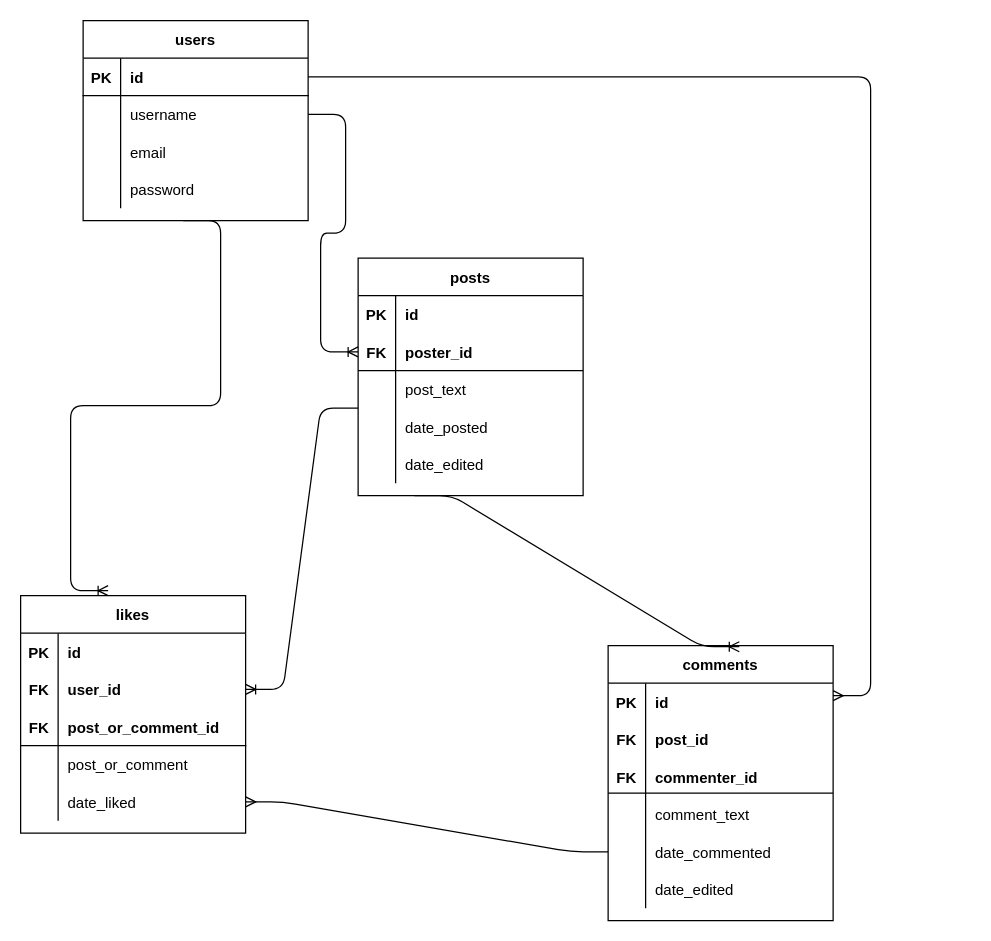
This is DB Create Script and ERD/Social Media App ERD.drawio from jamesaiello42/Promineo-Back-End-Bootcamp-Group-Project, a draw.io file, before an edit. Source tidied: cells renumbered, new cells numbered last; positions are measured from the earlier drawing's top-left corner, leaving out a move shared by most shapes. Both pictures are drawn from the tidied source at 125%, with x=0, y=0 at pixel (20, 20).
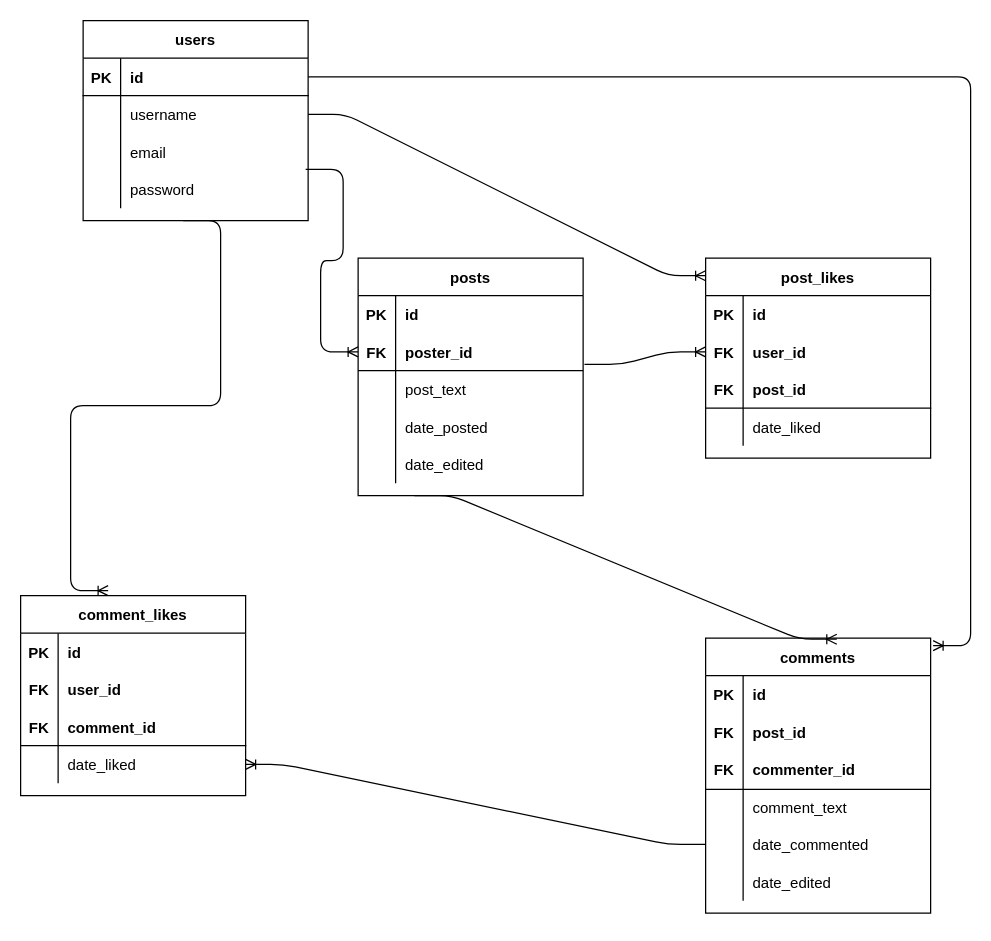
After the change.

Commit message (it also covers changes not shown here):
ERD and script needed updates to break likes table up. Completed Comments Dao and its menu options.

Unchanged cells that the change refers to:
```xml
<mxCell id="3" style="shape=partialRectangle;fillColor=none;top=0;left=0;bottom=1;right=0;points=[[0,0.5],[1,0.5]];portConstraint=eastwest;" parent="2" vertex="1">
  <mxGeometry y="30" width="180" height="30" as="geometry" />
</mxCell>
<mxCell id="6" style="shape=partialRectangle;fillColor=none;top=0;left=0;bottom=0;right=0;points=[[0,0.5],[1,0.5]];portConstraint=eastwest;" parent="2" vertex="1">
  <mxGeometry y="60" width="180" height="30" as="geometry" />
</mxCell>
<mxCell id="9" style="shape=partialRectangle;fillColor=none;top=0;left=0;bottom=0;right=0;points=[[0,0.5],[1,0.5]];portConstraint=eastwest;" parent="2" vertex="1">
  <mxGeometry y="90" width="180" height="30" as="geometry" />
</mxCell>
<mxCell id="28" style="shape=partialRectangle;fillColor=none;top=0;left=0;bottom=0;right=0;points=[[0,0.5],[1,0.5]];portConstraint=eastwest;" parent="15" vertex="1">
  <mxGeometry y="150" width="180" height="30" as="geometry" />
</mxCell>
<mxCell id="39" style="shape=partialRectangle;fillColor=none;top=0;left=0;bottom=0;right=0;points=[[0,0.5],[1,0.5]];portConstraint=eastwest;" parent="35" vertex="1">
  <mxGeometry y="60" width="180" height="30" as="geometry" />
</mxCell>
<mxCell id="42" style="shape=partialRectangle;fillColor=none;top=0;left=0;bottom=0;right=0;points=[[0,0.5],[1,0.5]];portConstraint=eastwest;" parent="35" vertex="1">
  <mxGeometry y="90" width="180" height="30" as="geometry" />
</mxCell>
<mxCell id="57" style="shape=partialRectangle;fillColor=none;top=0;left=0;bottom=0;right=0;points=[[0,0.5],[1,0.5]];portConstraint=eastwest;" parent="53" vertex="1">
  <mxGeometry y="60" width="180" height="30" as="geometry" />
</mxCell>
<mxCell id="60" style="shape=partialRectangle;fillColor=none;top=0;left=0;bottom=1;right=0;" parent="53" vertex="1">
  <mxGeometry y="90" width="180" height="30" as="geometry" />
</mxCell>
```

What changed in the source:
```diff
@@
     <mxCell id="15" value="comments" style="shape=table;startSize=30;childLayout=tableLayout;rowLines=0;fontStyle=1;align=center;" parent="1" vertex="1">
-      <mxGeometry x="470" y="500" width="180" height="220" as="geometry" />
+      <mxGeometry x="548" y="494" width="180" height="220" as="geometry" />
     </mxCell>
@@
-    <mxCell id="34" style="edgeStyle=entityRelationEdgeStyle;fontSize=12;html=1;endArrow=ERoneToMany;exitX=1;exitY=0.5;exitDx=0;exitDy=0;entryX=0;entryY=0.5;entryDx=0;entryDy=0;" parent="1" edge="1" source="6" target="39">
+    <mxCell id="34" style="edgeStyle=entityRelationEdgeStyle;fontSize=12;html=1;endArrow=ERoneToMany;exitX=0.989;exitY=0.967;exitDx=0;exitDy=0;entryX=0;entryY=0.5;entryDx=0;entryDy=0;exitPerimeter=0;" parent="1" edge="1" source="9" target="39">
       <mxGeometry relative="1" as="geometry" />
     </mxCell>
@@
-    <mxCell id="53" value="likes" style="shape=table;startSize=30;childLayout=tableLayout;rowLines=0;fontStyle=1;align=center;" parent="1" vertex="1">
-      <mxGeometry y="460" width="180" height="190" as="geometry" />
+    <mxCell id="53" value="comment_likes" style="shape=table;startSize=30;childLayout=tableLayout;rowLines=0;fontStyle=1;align=center;" parent="1" vertex="1">
+      <mxGeometry y="460" width="180" height="160" as="geometry" />
     </mxCell>
@@
-    <mxCell id="62" value="post_or_comment_id" style="shape=partialRectangle;fillColor=none;top=0;left=0;bottom=0;right=0;align=left;spacingLeft=6;fontStyle=1;overflow=hidden;" parent="60" vertex="1">
+    <mxCell id="62" value="comment_id" style="shape=partialRectangle;fillColor=none;top=0;left=0;bottom=0;right=0;align=left;spacingLeft=6;fontStyle=1;overflow=hidden;" parent="60" vertex="1">
       <mxGeometry x="30" width="150" height="30" as="geometry" />
     </mxCell>
-    <mxCell id="63" style="shape=partialRectangle;fillColor=none;top=0;left=0;bottom=0;right=0;" parent="53" vertex="1">
-      <mxGeometry y="120" width="180" height="30" as="geometry" />
-    </mxCell>
-    <mxCell id="64" style="shape=partialRectangle;fillColor=none;top=0;left=0;bottom=0;right=0;overflow=hidden;" parent="63" vertex="1">
-      <mxGeometry width="30" height="30" as="geometry" />
-    </mxCell>
-    <mxCell id="65" value="post_or_comment" style="shape=partialRectangle;fillColor=none;top=0;left=0;bottom=0;right=0;align=left;spacingLeft=6;overflow=hidden;" parent="63" vertex="1">
-      <mxGeometry x="30" width="150" height="30" as="geometry" />
-    </mxCell>
     <mxCell id="66" style="shape=partialRectangle;fillColor=none;top=0;left=0;bottom=0;right=0;points=[[0,0.5],[1,0.5]];portConstraint=eastwest;" parent="53" vertex="1">
-      <mxGeometry y="150" width="180" height="30" as="geometry" />
+      <mxGeometry y="120" width="180" height="30" as="geometry" />
     </mxCell>
@@
-    <mxCell id="69" style="edgeStyle=entityRelationEdgeStyle;fontSize=12;html=1;endArrow=ERoneToMany;entryX=1;entryY=0.5;entryDx=0;entryDy=0;exitX=0;exitY=1;exitDx=0;exitDy=0;exitPerimeter=0;" parent="1" edge="1" source="42" target="57">
-      <mxGeometry relative="1" as="geometry" />
-    </mxCell>
-    <mxCell id="70" style="edgeStyle=entityRelationEdgeStyle;fontSize=12;html=1;endArrow=ERmany;entryX=1;entryY=0.5;entryDx=0;entryDy=0;exitX=0;exitY=0.5;exitDx=0;exitDy=0;" parent="1" edge="1" source="28" target="66">
+    <mxCell id="70" style="edgeStyle=entityRelationEdgeStyle;fontSize=12;html=1;endArrow=ERoneToMany;entryX=1;entryY=0.5;entryDx=0;entryDy=0;exitX=0;exitY=0.5;exitDx=0;exitDy=0;endFill=0;" parent="1" edge="1" source="28" target="66">
       <mxGeometry relative="1" as="geometry" />
     </mxCell>
     <mxCell id="71" style="line;strokeWidth=1;dashed=0;labelPosition=right;align=left;verticalAlign=middle;spacingTop=0;spacingLeft=6;" parent="1" vertex="1">
-      <mxGeometry x="470" y="613" width="180" height="10" as="geometry" />
+      <mxGeometry x="548" y="610" width="180" height="10" as="geometry" />
     </mxCell>
@@
-    <mxCell id="73" style="edgeStyle=entityRelationEdgeStyle;fontSize=12;html=1;endArrow=none;entryX=1;entryY=0.5;entryDx=0;entryDy=0;startArrow=ERmany;startFill=0;endFill=0;" parent="1" edge="1" target="3">
+    <mxCell id="73" style="edgeStyle=entityRelationEdgeStyle;fontSize=12;html=1;endArrow=none;entryX=1;entryY=0.5;entryDx=0;entryDy=0;startArrow=ERoneToMany;startFill=0;endFill=0;" parent="1" edge="1" target="3">
       <mxGeometry relative="1" as="geometry">
-        <mxPoint x="650" y="540" as="sourcePoint" />
+        <mxPoint x="730" y="500" as="sourcePoint" />
       </mxGeometry>
     </mxCell>
+    <mxCell id="74" value="post_likes" style="shape=table;startSize=30;childLayout=tableLayout;rowLines=0;fontStyle=1;align=center;" parent="1" vertex="1">
+      <mxGeometry x="548" y="190" width="180" height="160" as="geometry" />
+    </mxCell>
+    <mxCell id="75" style="shape=partialRectangle;fillColor=none;top=0;left=0;bottom=0;right=0;" parent="74" vertex="1">
+      <mxGeometry y="30" width="180" height="30" as="geometry" />
+    </mxCell>
+    <mxCell id="76" value="PK" style="shape=partialRectangle;fillColor=none;top=0;left=0;bottom=0;right=0;fontStyle=1;overflow=hidden;" parent="75" vertex="1">
+      <mxGeometry width="30" height="30" as="geometry" />
+    </mxCell>
+    <mxCell id="77" value="id" style="shape=partialRectangle;fillColor=none;top=0;left=0;bottom=0;right=0;align=left;spacingLeft=6;fontStyle=1;overflow=hidden;" parent="75" vertex="1">
+      <mxGeometry x="30" width="150" height="30" as="geometry" />
+    </mxCell>
+    <mxCell id="78" style="shape=partialRectangle;fillColor=none;top=0;left=0;bottom=0;right=0;points=[[0,0.5],[1,0.5]];portConstraint=eastwest;" parent="74" vertex="1">
+      <mxGeometry y="60" width="180" height="30" as="geometry" />
+    </mxCell>
+    <mxCell id="79" value="FK" style="shape=partialRectangle;fillColor=none;top=0;left=0;bottom=0;right=0;fontStyle=1;overflow=hidden;" parent="78" vertex="1">
+      <mxGeometry width="30" height="30" as="geometry" />
+    </mxCell>
+    <mxCell id="80" value="user_id" style="shape=partialRectangle;fillColor=none;top=0;left=0;bottom=0;right=0;align=left;spacingLeft=6;fontStyle=1;overflow=hidden;" parent="78" vertex="1">
+      <mxGeometry x="30" width="150" height="30" as="geometry" />
+    </mxCell>
+    <mxCell id="81" style="shape=partialRectangle;fillColor=none;top=0;left=0;bottom=1;right=0;" parent="74" vertex="1">
+      <mxGeometry y="90" width="180" height="30" as="geometry" />
+    </mxCell>
+    <mxCell id="82" value="FK" style="shape=partialRectangle;fillColor=none;top=0;left=0;bottom=0;right=0;fontStyle=1;overflow=hidden;" parent="81" vertex="1">
+      <mxGeometry width="30" height="30" as="geometry" />
+    </mxCell>
+    <mxCell id="83" value="post_id" style="shape=partialRectangle;fillColor=none;top=0;left=0;bottom=0;right=0;align=left;spacingLeft=6;fontStyle=1;overflow=hidden;" parent="81" vertex="1">
+      <mxGeometry x="30" width="150" height="30" as="geometry" />
+    </mxCell>
+    <mxCell id="63" style="shape=partialRectangle;fillColor=none;top=0;left=0;bottom=0;right=0;" parent="74" vertex="1">
+      <mxGeometry y="120" width="180" height="30" as="geometry" />
+    </mxCell>
+    <mxCell id="64" style="shape=partialRectangle;fillColor=none;top=0;left=0;bottom=0;right=0;overflow=hidden;" parent="63" vertex="1">
+      <mxGeometry width="30" height="30" as="geometry" />
+    </mxCell>
+    <mxCell id="84" value="date_liked" style="shape=partialRectangle;fillColor=none;top=0;left=0;bottom=0;right=0;align=left;spacingLeft=6;overflow=hidden;" parent="63" vertex="1">
+      <mxGeometry x="30" width="150" height="30" as="geometry" />
+    </mxCell>
+    <mxCell id="85" style="edgeStyle=entityRelationEdgeStyle;fontSize=12;html=1;endArrow=ERoneToMany;exitX=1.006;exitY=0.833;exitDx=0;exitDy=0;exitPerimeter=0;entryX=0;entryY=0.5;entryDx=0;entryDy=0;endFill=0;" parent="1" edge="1" source="39" target="78">
+      <mxGeometry relative="1" as="geometry" />
+    </mxCell>
+    <mxCell id="86" style="edgeStyle=entityRelationEdgeStyle;fontSize=12;html=1;endArrow=ERoneToMany;entryX=0;entryY=0.088;entryDx=0;entryDy=0;entryPerimeter=0;endFill=0;" parent="1" edge="1" source="6" target="74">
+      <mxGeometry relative="1" as="geometry" />
+    </mxCell>
```
